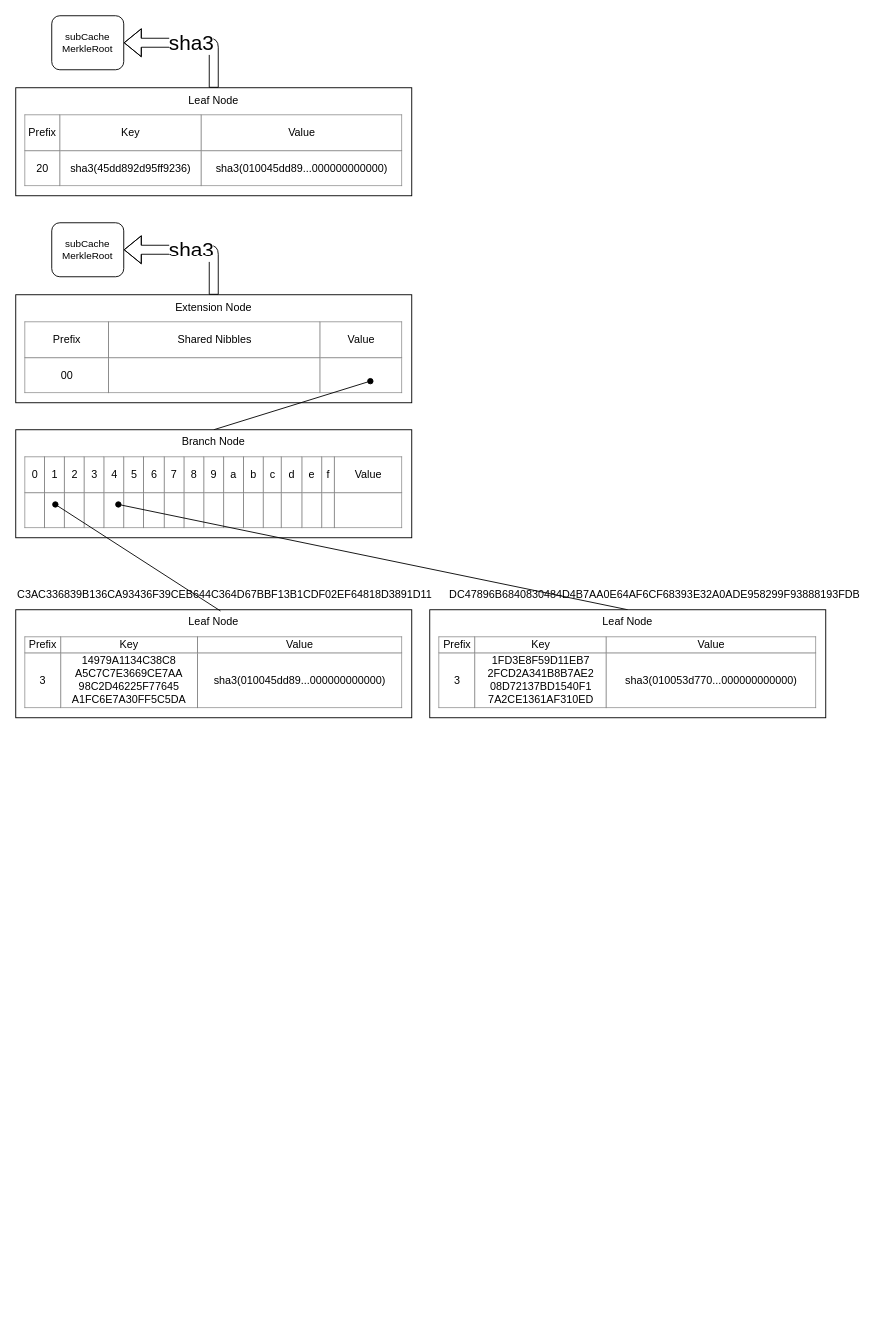
Earlier version of the draw.io diagram draw.io/patricia_tree.drawio (planethouki/images). Source tidied: cells renumbered, new cells numbered last; positions are measured from the earlier drawing's top-left corner, leaving out a move shared by most shapes. Both pictures are drawn from the tidied source at 90%, with x=0, y=0 at pixel (15, 15).
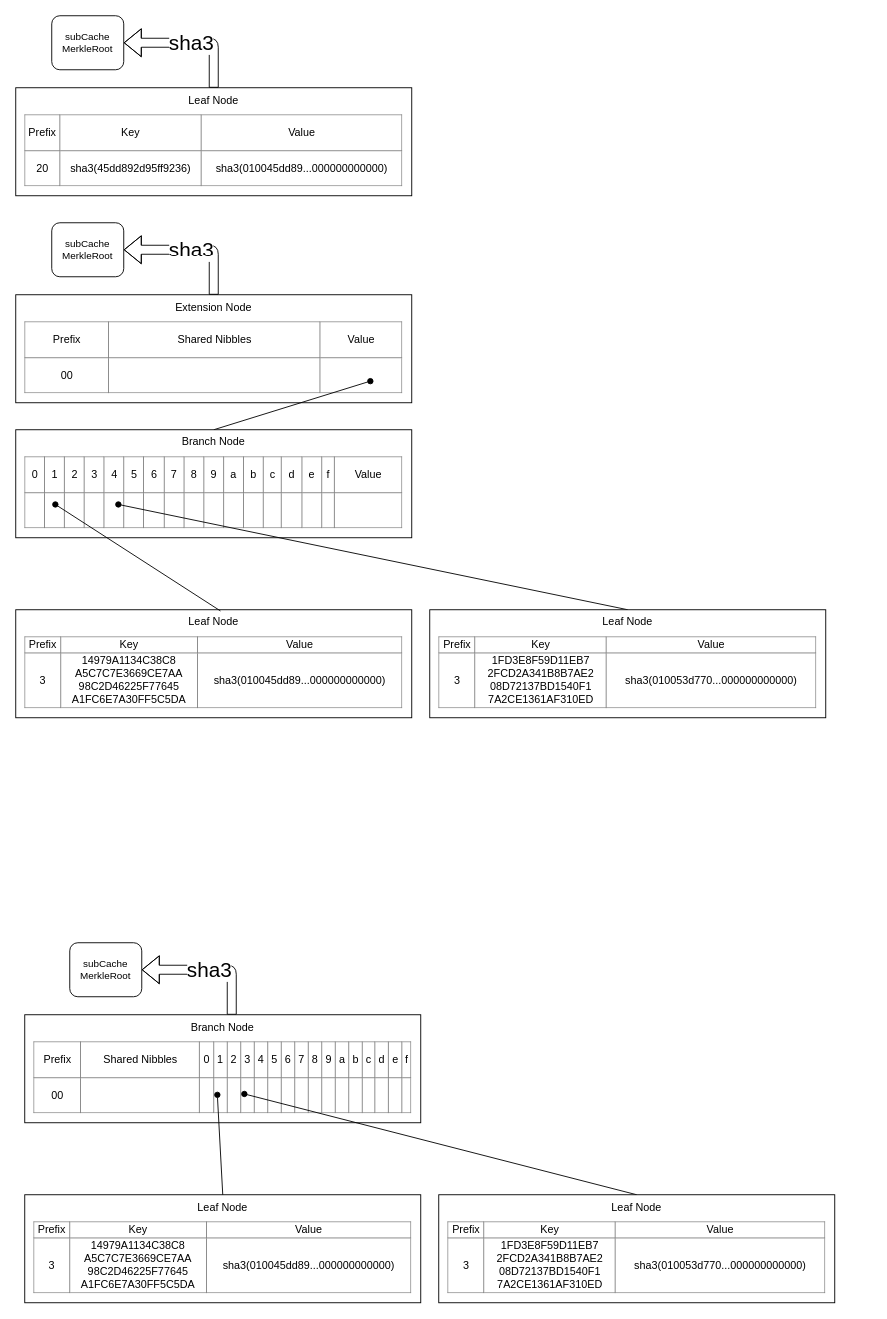
The same diagram, later.

Change to the diagram source:
```diff
@@
-    <mxCell id="19" value="C3AC336839B136CA93436F39CEB644C364D67BBF13B1CDF02EF64818D3891D11" style="text;html=1;align=left;verticalAlign=top;spacingTop=-4;" parent="1" vertex="1">
-      <mxGeometry y="634" width="480" height="20" as="geometry" />
-    </mxCell>
-    <mxCell id="20" value="DC47896B6840830484D4B7AA0E64AF6CF68393E32A0ADE958299F93888193FDB" style="text;html=1;align=left;verticalAlign=top;spacingTop=-4;" parent="1" vertex="1">
-      <mxGeometry x="480" y="634" width="470" height="20" as="geometry" />
-    </mxCell>
+    <mxCell id="21" value="sha3" style="shape=flexArrow;endArrow=classic;html=1;exitX=0.5;exitY=0;exitDx=0;exitDy=0;fontSize=23;entryX=1;entryY=0.5;entryDx=0;entryDy=0;" parent="1" edge="1" target="22">
+      <mxGeometry relative="1" as="geometry">
+        <mxPoint x="240" y="1110" as="sourcePoint" />
+        <Array as="points">
+          <mxPoint x="240" y="1060" />
+        </Array>
+      </mxGeometry>
+    </mxCell>
+    <mxCell id="22" value="subCache&lt;br&gt;MerkleRoot&lt;br&gt;" style="rounded=1;whiteSpace=wrap;html=1;fontSize=11;" parent="1" vertex="1">
+      <mxGeometry x="60" y="1030" width="80" height="60" as="geometry" />
+    </mxCell>
+    <mxCell id="23" value="Branch Node" style="rounded=0;whiteSpace=wrap;html=1;verticalAlign=top;" parent="1" vertex="1">
+      <mxGeometry x="10" y="1110" width="440" height="120" as="geometry" />
+    </mxCell>
+    <mxCell id="24" value="&lt;table border=&quot;1&quot; width=&quot;100%&quot; style=&quot;width: 100% ; height: 100% ; border-collapse: collapse&quot;&gt;&lt;tbody&gt;&lt;tr&gt;&lt;td style=&quot;text-align: center&quot;&gt;Prefix&lt;/td&gt;&lt;td style=&quot;text-align: center&quot;&gt;Shared Nibbles&lt;/td&gt;&lt;td align=&quot;center&quot;&gt;0&lt;/td&gt;&lt;td style=&quot;text-align: center&quot;&gt;1&lt;/td&gt;&lt;td style=&quot;text-align: center&quot;&gt;2&lt;/td&gt;&lt;td style=&quot;text-align: center&quot;&gt;3&lt;/td&gt;&lt;td style=&quot;text-align: center&quot;&gt;4&lt;/td&gt;&lt;td style=&quot;text-align: center&quot;&gt;5&lt;/td&gt;&lt;td style=&quot;text-align: center&quot;&gt;6&lt;/td&gt;&lt;td style=&quot;text-align: center&quot;&gt;7&lt;/td&gt;&lt;td style=&quot;text-align: center&quot;&gt;8&lt;/td&gt;&lt;td style=&quot;text-align: center&quot;&gt;9&lt;/td&gt;&lt;td style=&quot;text-align: center&quot;&gt;a&lt;/td&gt;&lt;td style=&quot;text-align: center&quot;&gt;b&lt;/td&gt;&lt;td style=&quot;text-align: center&quot;&gt;c&lt;/td&gt;&lt;td style=&quot;text-align: center&quot;&gt;d&lt;/td&gt;&lt;td style=&quot;text-align: center&quot;&gt;e&lt;/td&gt;&lt;td style=&quot;text-align: center&quot;&gt;f&lt;/td&gt;&lt;/tr&gt;&lt;tr&gt;&lt;td style=&quot;text-align: center&quot;&gt;00&lt;/td&gt;&lt;td&gt;&lt;br&gt;&lt;/td&gt;&lt;td align=&quot;center&quot;&gt;&lt;br&gt;&lt;/td&gt;&lt;td&gt;&lt;br&gt;&lt;/td&gt;&lt;td&gt;&lt;br&gt;&lt;/td&gt;&lt;td&gt;&lt;br&gt;&lt;/td&gt;&lt;td&gt;&lt;br&gt;&lt;/td&gt;&lt;td&gt;&lt;br&gt;&lt;/td&gt;&lt;td&gt;&lt;br&gt;&lt;/td&gt;&lt;td&gt;&lt;br&gt;&lt;/td&gt;&lt;td&gt;&lt;br&gt;&lt;/td&gt;&lt;td&gt;&lt;br&gt;&lt;/td&gt;&lt;td&gt;&lt;br&gt;&lt;/td&gt;&lt;td&gt;&lt;br&gt;&lt;/td&gt;&lt;td&gt;&lt;br&gt;&lt;/td&gt;&lt;td&gt;&lt;br&gt;&lt;/td&gt;&lt;td&gt;&lt;br&gt;&lt;/td&gt;&lt;td&gt;&lt;br&gt;&lt;/td&gt;&lt;/tr&gt;&lt;/tbody&gt;&lt;/table&gt;" style="text;html=1;strokeColor=none;fillColor=none;overflow=fill;" parent="1" vertex="1">
+      <mxGeometry x="20" y="1140" width="420" height="80" as="geometry" />
+    </mxCell>
+    <mxCell id="25" value="Leaf Node" style="rounded=0;whiteSpace=wrap;html=1;verticalAlign=top;" parent="1" vertex="1">
+      <mxGeometry x="10" y="1310" width="440" height="120" as="geometry" />
+    </mxCell>
+    <mxCell id="26" value="&lt;table border=&quot;1&quot; width=&quot;100%&quot; style=&quot;width: 100% ; height: 100% ; border-collapse: collapse&quot;&gt;&lt;tbody&gt;&lt;tr&gt;&lt;td align=&quot;center&quot;&gt;Prefix&lt;/td&gt;&lt;td align=&quot;center&quot;&gt;Key&lt;/td&gt;&lt;td align=&quot;center&quot;&gt;Value&lt;/td&gt;&lt;/tr&gt;&lt;tr&gt;&lt;td align=&quot;center&quot;&gt;3&lt;/td&gt;&lt;td align=&quot;center&quot;&gt;14979A1134C38C8&lt;br&gt;A5C7C7E3669CE7AA&lt;br&gt;98C2D46225F77645&lt;br&gt;A1FC6E7A30FF5C5DA&lt;br&gt;&lt;/td&gt;&lt;td align=&quot;center&quot;&gt;sha3(010045dd89...000000000000)&lt;/td&gt;&lt;/tr&gt;&lt;/tbody&gt;&lt;/table&gt;" style="text;html=1;strokeColor=none;fillColor=none;overflow=fill;" parent="1" vertex="1">
+      <mxGeometry x="20" y="1340" width="420" height="80" as="geometry" />
+    </mxCell>
+    <mxCell id="27" style="rounded=0;jettySize=auto;html=1;endArrow=oval;endFill=1;exitX=0.5;exitY=0;exitDx=0;exitDy=0;" parent="1" edge="1" source="25">
+      <mxGeometry relative="1" as="geometry">
+        <mxPoint x="224" y="1199" as="targetPoint" />
+      </mxGeometry>
+    </mxCell>
+    <mxCell id="28" style="rounded=0;jettySize=auto;html=1;endArrow=oval;endFill=1;exitX=0.5;exitY=0;exitDx=0;exitDy=0;" parent="1" edge="1" source="29">
+      <mxGeometry relative="1" as="geometry">
+        <mxPoint x="254" y="1198" as="targetPoint" />
+      </mxGeometry>
+    </mxCell>
+    <mxCell id="29" value="Leaf Node" style="rounded=0;whiteSpace=wrap;html=1;verticalAlign=top;" parent="1" vertex="1">
+      <mxGeometry x="470" y="1310" width="440" height="120" as="geometry" />
+    </mxCell>
+    <mxCell id="30" value="&lt;table border=&quot;1&quot; width=&quot;100%&quot; style=&quot;width: 100% ; height: 100% ; border-collapse: collapse&quot;&gt;&lt;tbody&gt;&lt;tr&gt;&lt;td align=&quot;center&quot;&gt;Prefix&lt;/td&gt;&lt;td align=&quot;center&quot;&gt;Key&lt;/td&gt;&lt;td align=&quot;center&quot;&gt;Value&lt;/td&gt;&lt;/tr&gt;&lt;tr&gt;&lt;td align=&quot;center&quot;&gt;3&lt;/td&gt;&lt;td align=&quot;center&quot;&gt;1FD3E8F59D11EB7&lt;br&gt;2FCD2A341B8B7AE2&lt;br&gt;08D72137BD1540F1&lt;br&gt;7A2CE1361AF310ED&lt;/td&gt;&lt;td align=&quot;center&quot;&gt;sha3(010053d770...000000000000)&lt;/td&gt;&lt;/tr&gt;&lt;/tbody&gt;&lt;/table&gt;" style="text;html=1;strokeColor=none;fillColor=none;overflow=fill;" parent="1" vertex="1">
+      <mxGeometry x="480" y="1340" width="420" height="80" as="geometry" />
+    </mxCell>
```
